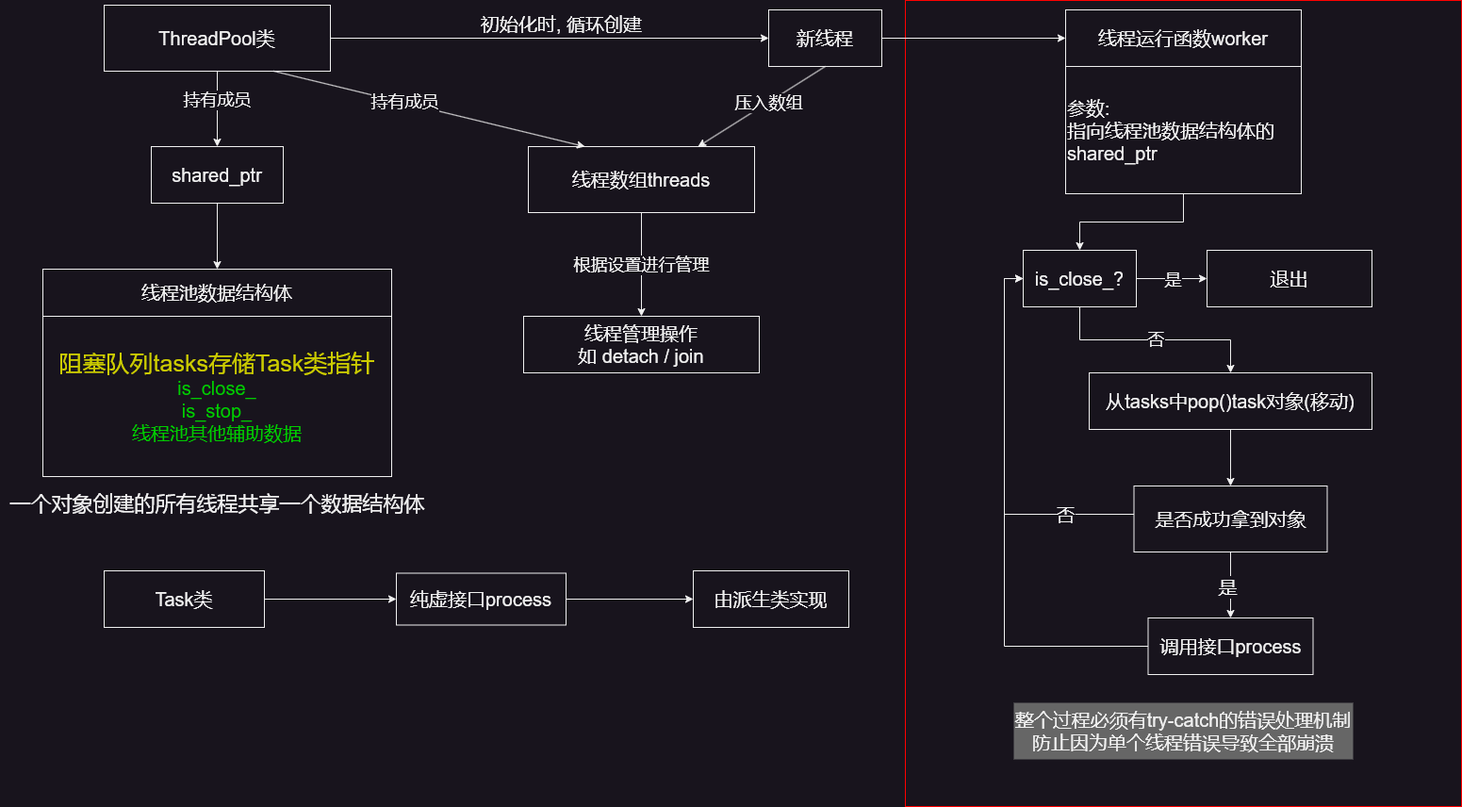
Earlier version of the draw.io export README/线程池.drawio.png (ourMortis/myWebServer). Source tidied: cells renumbered, new cells last; positions are measured from the earlier drawing's top-left corner, leaving out a move shared by most shapes.
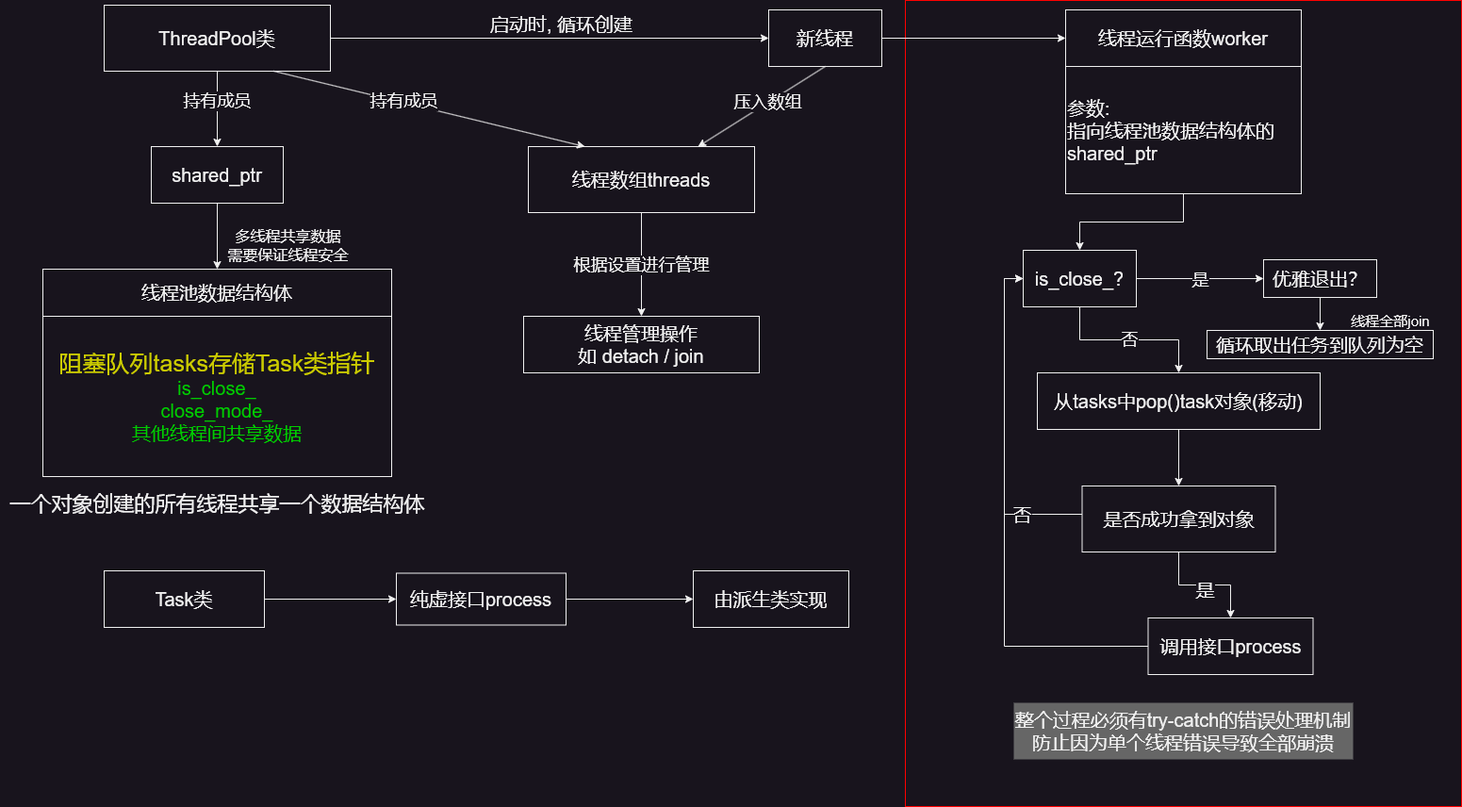
After the change.

Diff of the diagram source:
```diff
@@ -23,7 +23,7 @@
     <mxCell id="8" value="线程运行函数worker" style="rounded=0;whiteSpace=wrap;html=1;fontSize=20;" parent="1" vertex="1">
       <mxGeometry x="1130" y="10" width="250" height="60" as="geometry" />
     </mxCell>
-    <mxCell id="9" value="&lt;div&gt;&lt;font color=&quot;#cccc00&quot; style=&quot;font-size: 25px;&quot;&gt;阻塞队列tasks存储Task类指针&lt;/font&gt;&lt;/div&gt;&lt;div&gt;&lt;font color=&quot;#00cc00&quot;&gt;is_close_&lt;/font&gt;&lt;/div&gt;&lt;div&gt;&lt;font color=&quot;#00cc00&quot;&gt;is_stop_&lt;/font&gt;&lt;/div&gt;&lt;div&gt;&lt;font color=&quot;#00cc00&quot;&gt;线程池其他辅助数据&lt;/font&gt;&lt;br&gt;&lt;/div&gt;" style="rounded=0;whiteSpace=wrap;html=1;fontSize=20;" parent="1" vertex="1">
+    <mxCell id="9" value="&lt;div&gt;&lt;font color=&quot;#cccc00&quot; style=&quot;font-size: 25px;&quot;&gt;阻塞队列tasks存储Task类指针&lt;/font&gt;&lt;/div&gt;&lt;div&gt;&lt;font color=&quot;#00cc00&quot;&gt;is_close_&lt;/font&gt;&lt;/div&gt;&lt;div&gt;&lt;font color=&quot;#00cc00&quot;&gt;close_mode_&lt;/font&gt;&lt;/div&gt;&lt;div&gt;&lt;font color=&quot;#00cc00&quot;&gt;其他线程间共享数据&lt;/font&gt;&lt;br&gt;&lt;/div&gt;" style="rounded=0;whiteSpace=wrap;html=1;fontSize=20;" parent="1" vertex="1">
       <mxGeometry x="45" y="335" width="370" height="170" as="geometry" />
     </mxCell>
     <mxCell id="10" value="shared_ptr" style="rounded=0;whiteSpace=wrap;html=1;fontSize=20;" parent="1" vertex="1">
@@ -56,8 +56,8 @@
     <mxCell id="19" value="ThreadPool类" style="rounded=0;whiteSpace=wrap;html=1;fontSize=20;" parent="1" vertex="1">
       <mxGeometry x="110" y="5" width="240" height="70" as="geometry" />
     </mxCell>
-    <mxCell id="20" value="初始化时, 循环创建" style="text;html=1;align=center;verticalAlign=middle;strokeColor=none;fillColor=none;fontSize=20;" parent="1" vertex="1">
-      <mxGeometry x="500" y="5" width="190" height="40" as="geometry" />
+    <mxCell id="20" value="启动时, 循环创建" style="text;html=1;align=center;verticalAlign=middle;strokeColor=none;fillColor=none;fontSize=20;" parent="1" vertex="1">
+      <mxGeometry x="510" y="5" width="170" height="40" as="geometry" />
     </mxCell>
     <mxCell id="21" value="一个对象创建的所有线程共享一个数据结构体" style="text;html=1;align=center;verticalAlign=middle;strokeColor=none;fillColor=none;fontSize=22;" parent="1" vertex="1">
       <mxGeometry y="515" width="460" height="40" as="geometry" />
@@ -66,7 +66,7 @@
       <mxGeometry relative="1" as="geometry" />
     </mxCell>
     <mxCell id="23" value="从tasks中pop()task对象(移动)" style="whiteSpace=wrap;html=1;fontSize=20;align=center;rounded=0;" parent="1" vertex="1">
-      <mxGeometry x="1155" y="395" width="300" height="60" as="geometry" />
+      <mxGeometry x="1100" y="395" width="300" height="60" as="geometry" />
     </mxCell>
     <mxCell id="24" style="edgeStyle=orthogonalEdgeStyle;rounded=0;jettySize=auto;html=1;" parent="1" edge="1" source="28" target="30">
       <mxGeometry relative="1" as="geometry" />
@@ -86,7 +86,7 @@
       <mxGeometry x="-0.64" y="-1" relative="1" as="geometry" />
     </mxCell>
     <mxCell id="28" value="是否成功拿到对象" style="whiteSpace=wrap;html=1;fontSize=20;align=center;rounded=0;" parent="1" vertex="1">
-      <mxGeometry x="1202.5" y="515" width="205" height="70" as="geometry" />
+      <mxGeometry x="1147.5" y="515" width="205" height="70" as="geometry" />
     </mxCell>
     <mxCell id="29" style="edgeStyle=orthogonalEdgeStyle;rounded=0;jettySize=auto;html=1;entryX=0;entryY=0.5;entryDx=0;entryDy=0;" parent="1" edge="1" source="30" target="43">
       <mxGeometry relative="1" as="geometry" />
@@ -135,11 +135,23 @@
     <mxCell id="43" value="is_close_?" style="whiteSpace=wrap;html=1;fontSize=20;rounded=0;" parent="1" vertex="1">
       <mxGeometry x="1085" y="265" width="120" height="60" as="geometry" />
     </mxCell>
+    <mxCell id="46" style="edgeStyle=orthogonalEdgeStyle;rounded=0;jettySize=auto;html=1;" parent="1" edge="1" source="44" target="47">
+      <mxGeometry relative="1" as="geometry" />
+    </mxCell>
-    <mxCell id="44" value="退出" style="whiteSpace=wrap;html=1;fontSize=20;rounded=0;" parent="1" vertex="1">
-      <mxGeometry x="1280" y="265" width="175" height="60" as="geometry" />
+    <mxCell id="44" value="优雅退出？" style="whiteSpace=wrap;html=1;fontSize=20;rounded=0;" parent="1" vertex="1">
+      <mxGeometry x="1340" y="275" width="120" height="40" as="geometry" />
     </mxCell>
     <mxCell id="45" value="整个过程必须有try-catch的错误处理机制&lt;div style=&quot;font-size: 20px;&quot;&gt;防止因为单个线程错误导致全部崩溃&lt;/div&gt;" style="text;html=1;align=center;verticalAlign=middle;whiteSpace=wrap;rounded=0;fontSize=20;fontColor=default;fillColor=#666666;" parent="1" vertex="1">
       <mxGeometry x="1075" y="745" width="360" height="60" as="geometry" />
     </mxCell>
+    <mxCell id="47" value="循环取出任务到队列为空" style="whiteSpace=wrap;html=1;fontSize=20;rounded=0;" parent="1" vertex="1">
+      <mxGeometry x="1280" y="350" width="240" height="30" as="geometry" />
+    </mxCell>
+    <mxCell id="48" value="线程全部join" style="text;html=1;align=center;verticalAlign=middle;whiteSpace=wrap;rounded=0;fontSize=15;" parent="1" vertex="1">
+      <mxGeometry x="1430" y="325" width="90" height="30" as="geometry" />
+    </mxCell>
+    <mxCell id="49" value="多线程共享数据&lt;div&gt;需要保证线程安全&lt;/div&gt;" style="text;html=1;align=center;verticalAlign=middle;strokeColor=none;fillColor=none;strokeWidth=1;fontSize=16;" parent="1" vertex="1">
+      <mxGeometry x="230" y="235" width="150" height="50" as="geometry" />
+    </mxCell>
   </root>
 </mxGraphModel>
```
